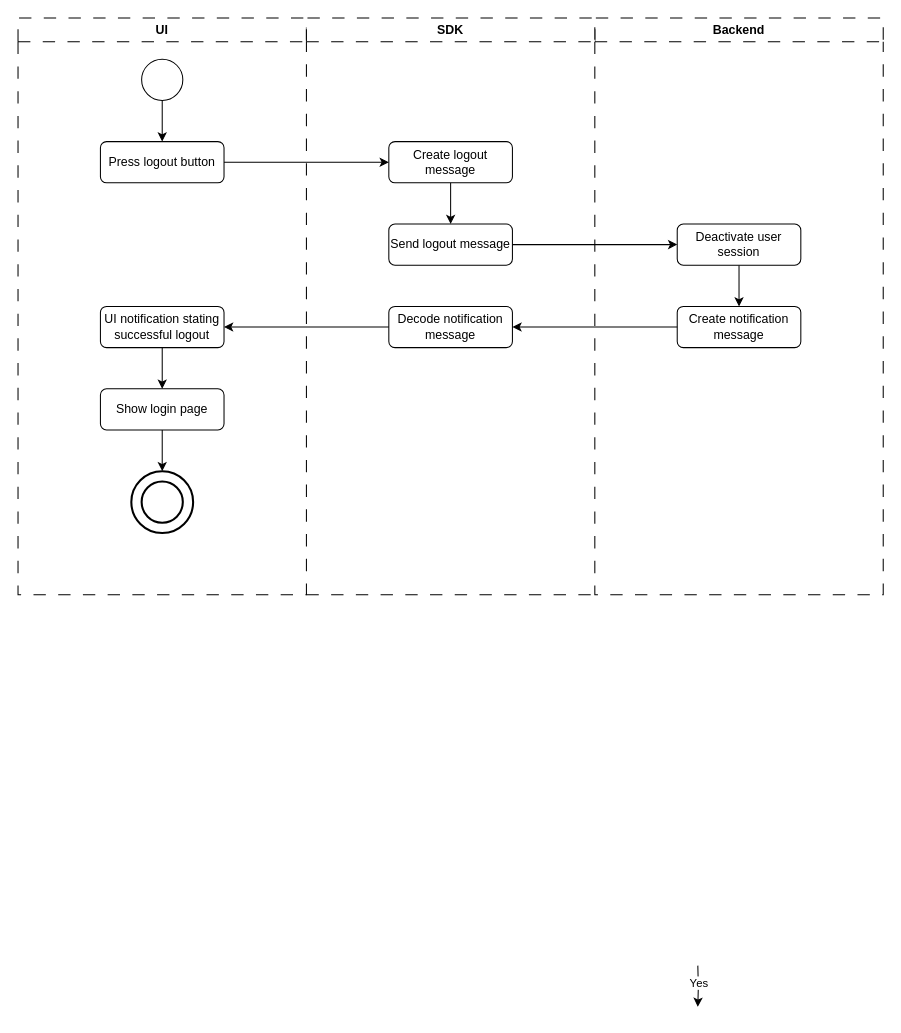
This is Design/Architecture/WorkflowDiagrams/Files/LogoutDiagram.drawio from Mx-Angel/ConnText-Docs, a draw.io file, before an edit. Source tidied: cells renumbered, new cells numbered last; positions are measured from the earlier drawing's top-left corner, leaving out a move shared by most shapes. Both pictures are drawn from the tidied source at 103%, with x=0, y=0 at pixel (18, 18).
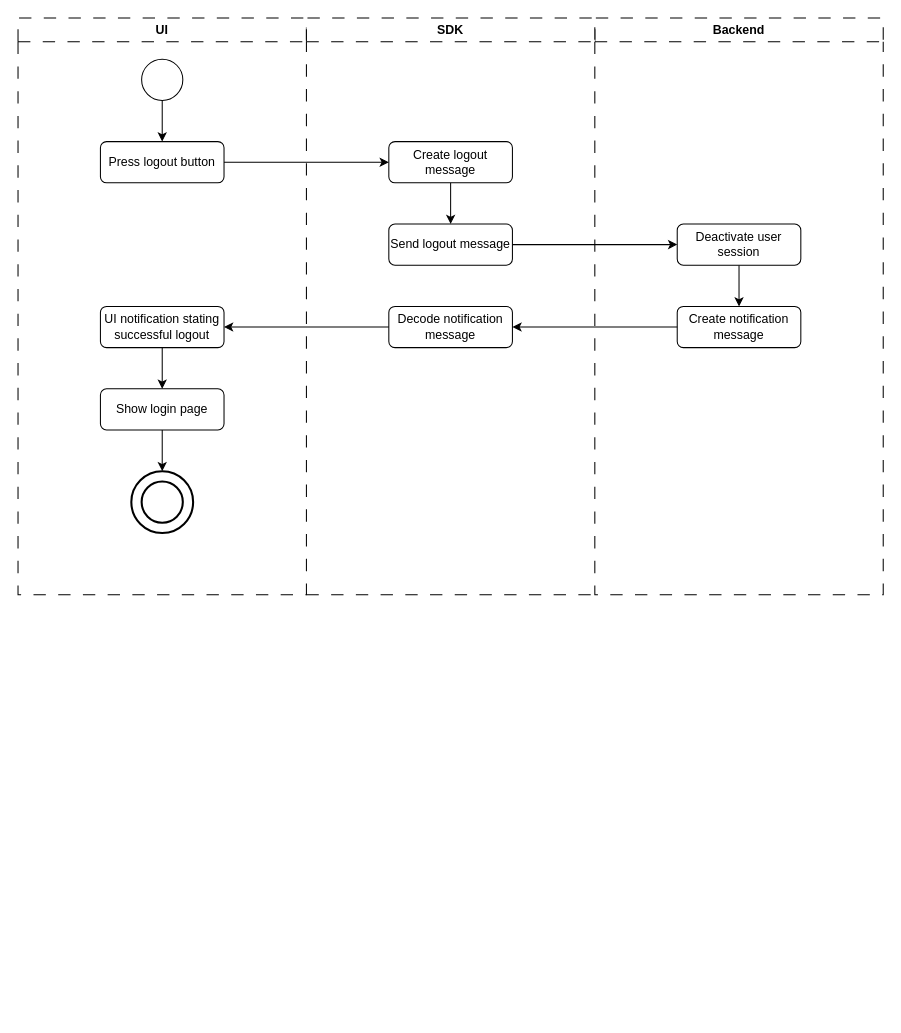
The same page after the edit.

Commit message (it also covers changes not shown here):
Add password reset diagram + fix logout diagram

The change refers to these unchanged cells:
```xml
<mxCell id="13" value="Backend" style="swimlane;whiteSpace=wrap;html=1;dashed=1;dashPattern=12 12;" parent="1" vertex="1">
  <mxGeometry x="560" width="280" height="560" as="geometry" />
</mxCell>
```

Diff of the diagram source:
```diff
@@
-    <mxCell id="14" style="edgeStyle=orthogonalEdgeStyle;rounded=0;orthogonalLoop=1;jettySize=auto;html=1;entryX=0.5;entryY=0;entryDx=0;entryDy=0;" parent="13" edge="1">
-      <mxGeometry relative="1" as="geometry">
-        <mxPoint x="100" y="920" as="sourcePoint" />
-        <mxPoint x="100" y="960" as="targetPoint" />
-      </mxGeometry>
-    </mxCell>
-    <mxCell id="15" value="Yes" style="edgeLabel;html=1;align=center;verticalAlign=middle;" parent="14" vertex="1">
-      <mxGeometry x="-0.2" relative="1" as="geometry" />
-    </mxCell>
```
